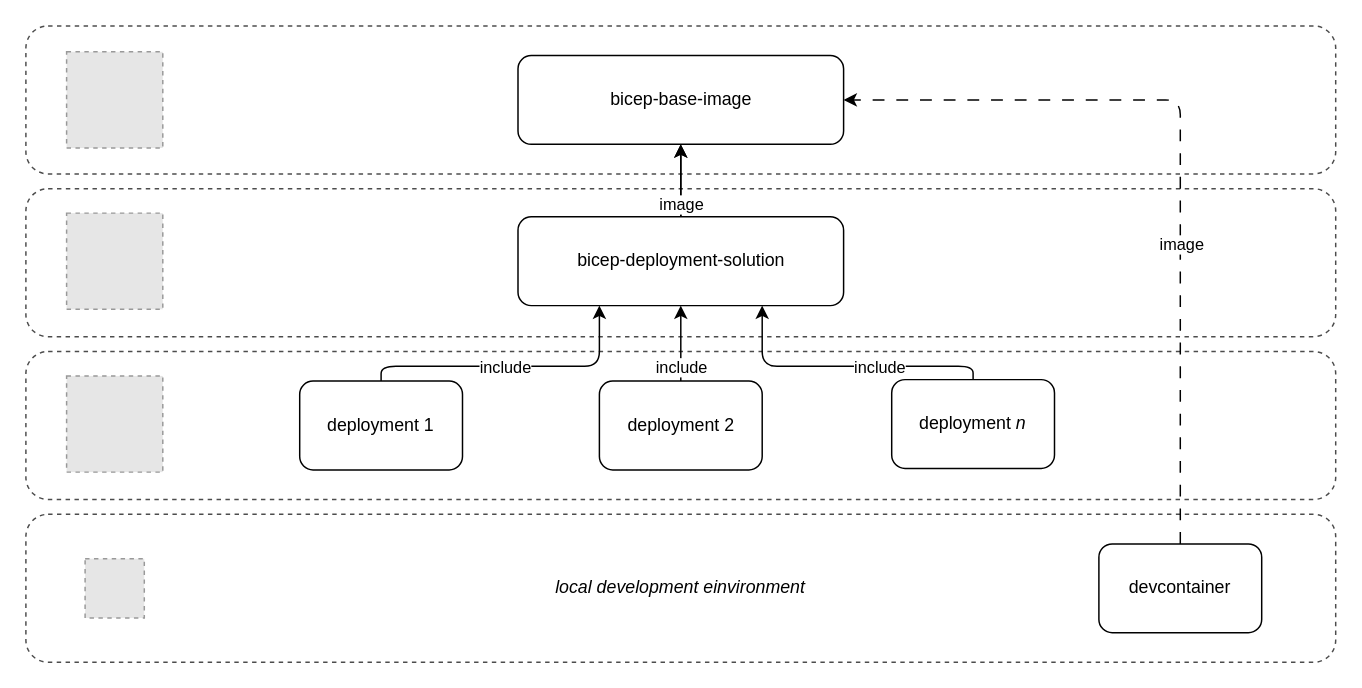
Before: page "solution" (1 of 3) of assets/2025-08-01-terraform-deployment-solution/terraform-deployment-solution.drawio in webflow-development/webflow.github.io, a draw.io diagram. Source tidied: cells renumbered, new cells numbered last; positions are measured from the earlier drawing's top-left corner, leaving out a move shared by most shapes. Both pictures are drawn from the tidied source at 148%, with x=0, y=0 at pixel (25, 25). Pictures stored in the file or linked from it are replaced by grey dashed boxes.
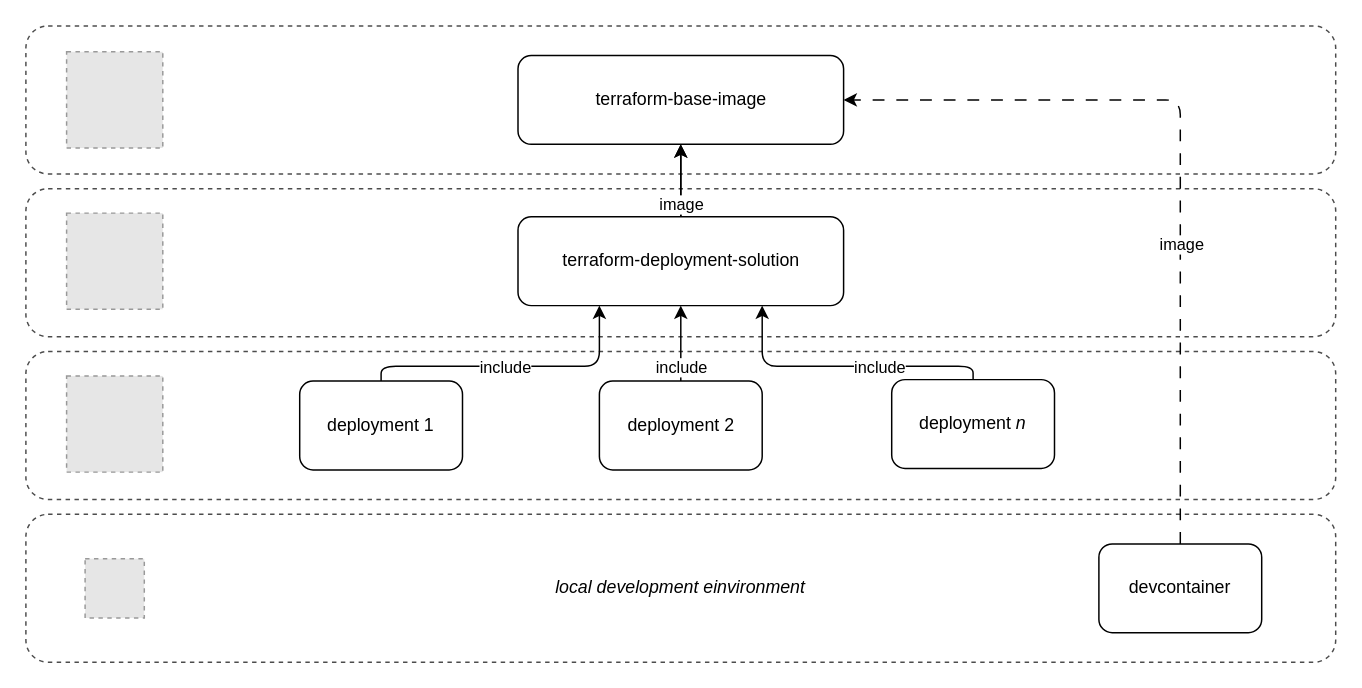
The same diagram, later.

Commit message (it also covers changes not shown here):
feat: terraform deployment solution post added

The edit, as a diff of the source:
```diff
@@
-    <mxCell id="7" value="bicep-base-image" style="rounded=1;whiteSpace=wrap;html=1;" parent="1" vertex="1">
+    <mxCell id="7" value="terraform-base-image" style="rounded=1;whiteSpace=wrap;html=1;" parent="1" vertex="1">
       <mxGeometry x="332.5" y="20" width="220" height="60" as="geometry" />
     </mxCell>
@@
-    <mxCell id="10" value="bicep-deployment-solution" style="rounded=1;whiteSpace=wrap;html=1;" parent="1" vertex="1">
+    <mxCell id="10" value="terraform-deployment-solution" style="rounded=1;whiteSpace=wrap;html=1;" parent="1" vertex="1">
       <mxGeometry x="332.5" y="129" width="220" height="60" as="geometry" />
     </mxCell>
```
